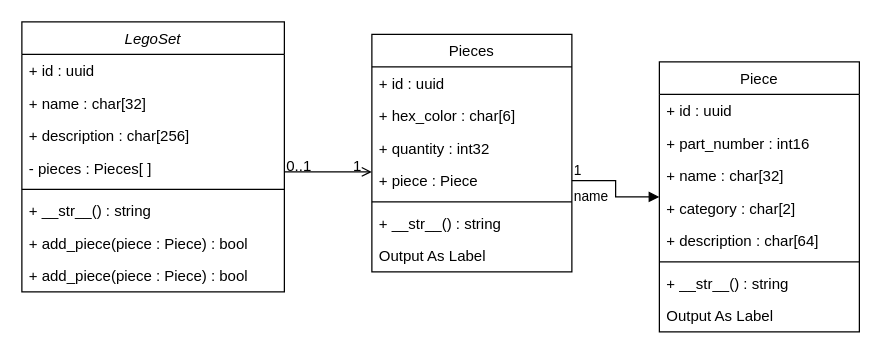
Before: docs/Lego_Set_UML.drawio in LilDataMonster/Brixilated-Server, a draw.io diagram. Source tidied: cells renumbered, new cells numbered last; positions are measured from the earlier drawing's top-left corner, leaving out a move shared by most shapes. Both pictures are drawn from the tidied source at 125%, with x=0, y=0 at pixel (21, 21).
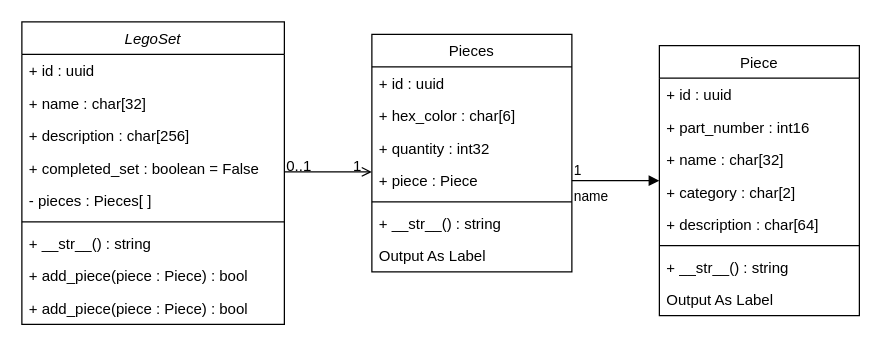
Above is the later version.

The change refers to these unchanged cells:
```xml
<mxCell id="11" value="Pieces" style="swimlane;fontStyle=0;align=center;verticalAlign=top;horizontal=1;startSize=26;rounded=0;shadow=0;strokeWidth=1;" parent="1" vertex="1">
  <mxGeometry x="280" y="10" width="160" height="190" as="geometry" />
</mxCell>
```

The edit, as a diff of the source:
```diff
@@
     <mxCell id="2" value="LegoSet" style="swimlane;fontStyle=2;align=center;verticalAlign=top;horizontal=1;startSize=26;rounded=0;shadow=0;strokeWidth=1;" parent="1" vertex="1">
-      <mxGeometry width="210" height="216" as="geometry" />
+      <mxGeometry width="210" height="242" as="geometry" />
     </mxCell>
@@
+    <mxCell id="33" value="+ description : char[256]" style="text;align=left;verticalAlign=top;spacingLeft=4;spacingRight=4;overflow=hidden;rounded=0;shadow=0;html=0;" parent="2" vertex="1">
+      <mxGeometry y="78" width="210" height="26" as="geometry" />
+    </mxCell>
-    <mxCell id="5" value="+ description : char[256]" style="text;align=left;verticalAlign=top;spacingLeft=4;spacingRight=4;overflow=hidden;rounded=0;shadow=0;html=0;" parent="2" vertex="1">
-      <mxGeometry y="78" width="210" height="26" as="geometry" />
+    <mxCell id="5" value="+ completed_set : boolean = False" style="text;align=left;verticalAlign=top;spacingLeft=4;spacingRight=4;overflow=hidden;rounded=0;shadow=0;html=0;" parent="2" vertex="1">
+      <mxGeometry y="104" width="210" height="26" as="geometry" />
     </mxCell>
     <mxCell id="6" value="- pieces : Pieces[ ]" style="text;align=left;verticalAlign=top;spacingLeft=4;spacingRight=4;overflow=hidden;points=[[0,0.5],[1,0.5]];portConstraint=eastwest;rounded=0;shadow=0;html=0;" parent="2" vertex="1">
-      <mxGeometry y="104" width="210" height="26" as="geometry" />
+      <mxGeometry y="130" width="210" height="26" as="geometry" />
     </mxCell>
     <mxCell id="7" style="line;html=1;strokeWidth=1;align=left;verticalAlign=middle;spacingTop=-1;spacingLeft=3;spacingRight=3;labelPosition=right;" parent="2" vertex="1">
-      <mxGeometry y="130" width="210" height="8" as="geometry" />
+      <mxGeometry y="156" width="210" height="8" as="geometry" />
     </mxCell>
     <mxCell id="8" value="+ __str__() : string" style="text;align=left;verticalAlign=top;spacingLeft=4;spacingRight=4;overflow=hidden;" parent="2" vertex="1">
-      <mxGeometry y="138" width="210" height="26" as="geometry" />
+      <mxGeometry y="164" width="210" height="26" as="geometry" />
     </mxCell>
     <mxCell id="9" value="+ add_piece(piece : Piece) : bool" style="text;align=left;verticalAlign=top;spacingLeft=4;spacingRight=4;overflow=hidden;" parent="2" vertex="1">
-      <mxGeometry y="164" width="210" height="26" as="geometry" />
+      <mxGeometry y="190" width="210" height="26" as="geometry" />
     </mxCell>
     <mxCell id="10" value="+ add_piece(piece : Piece) : bool" style="text;align=left;verticalAlign=top;spacingLeft=4;spacingRight=4;overflow=hidden;" parent="2" vertex="1">
-      <mxGeometry y="190" width="210" height="26" as="geometry" />
+      <mxGeometry y="216" width="210" height="26" as="geometry" />
     </mxCell>
@@
-    <mxCell id="19" style="endArrow=open;shadow=0;strokeWidth=1;rounded=0;endFill=1;edgeStyle=elbowEdgeStyle;elbow=vertical;" parent="1" edge="1" source="6" target="11">
+    <mxCell id="19" style="endArrow=open;shadow=0;strokeWidth=1;rounded=0;endFill=1;edgeStyle=elbowEdgeStyle;elbow=vertical;" parent="1" edge="1" source="2" target="11">
       <mxGeometry x="0.5" y="41" relative="1" as="geometry">
         <Array as="points">
           <mxPoint x="260" y="120" />
         </Array>
         <mxPoint x="-40" y="32" as="offset" />
       </mxGeometry>
     </mxCell>
@@
     <mxCell id="22" value="Piece" style="swimlane;fontStyle=0;align=center;verticalAlign=top;horizontal=1;startSize=26;rounded=0;shadow=0;strokeWidth=1;" parent="1" vertex="1">
-      <mxGeometry x="510" y="32" width="160" height="216" as="geometry" />
+      <mxGeometry x="510" y="19" width="160" height="216" as="geometry" />
     </mxCell>
```
